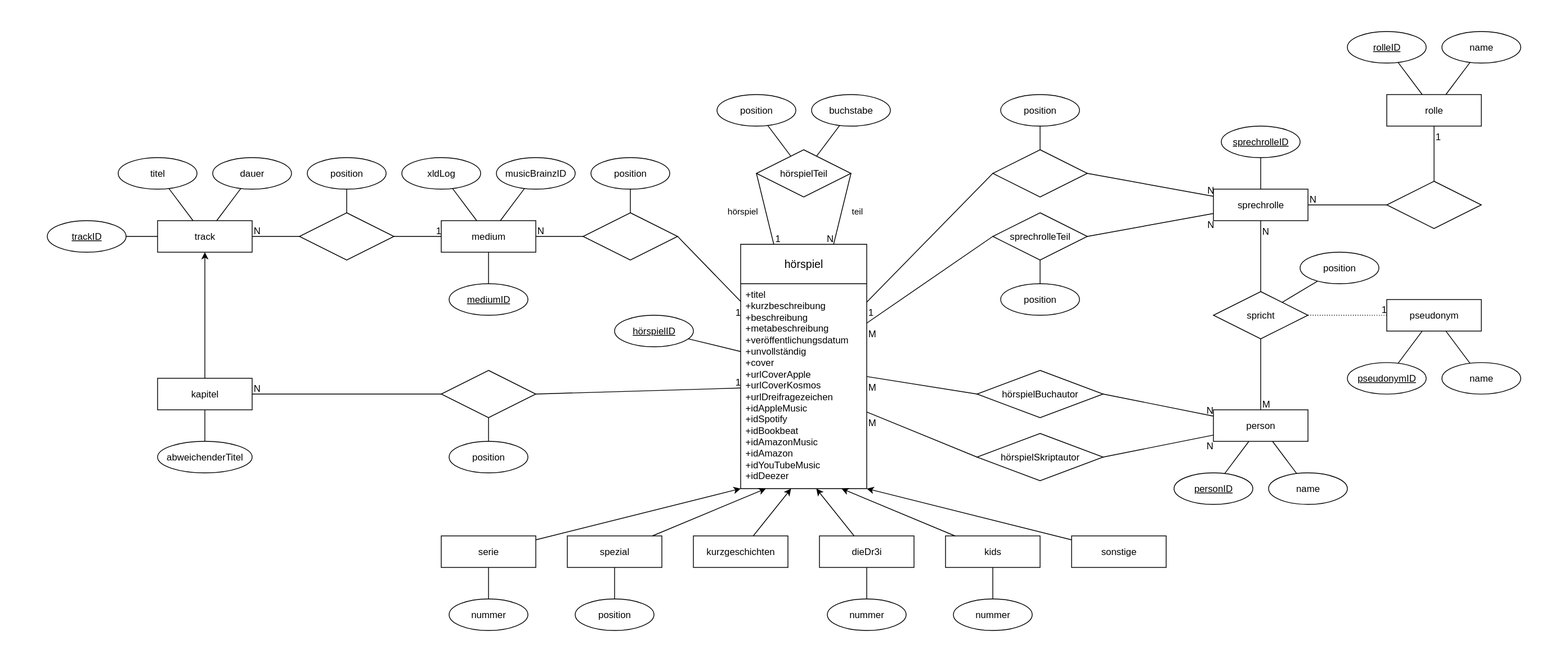
This is model/relationalModel.svg from YourMJK/dreimetadaten, a draw.io export, as it was before one commit. Source tidied: cells renumbered, new cells last; positions are measured from the earlier drawing's top-left corner, leaving out a move shared by most shapes.
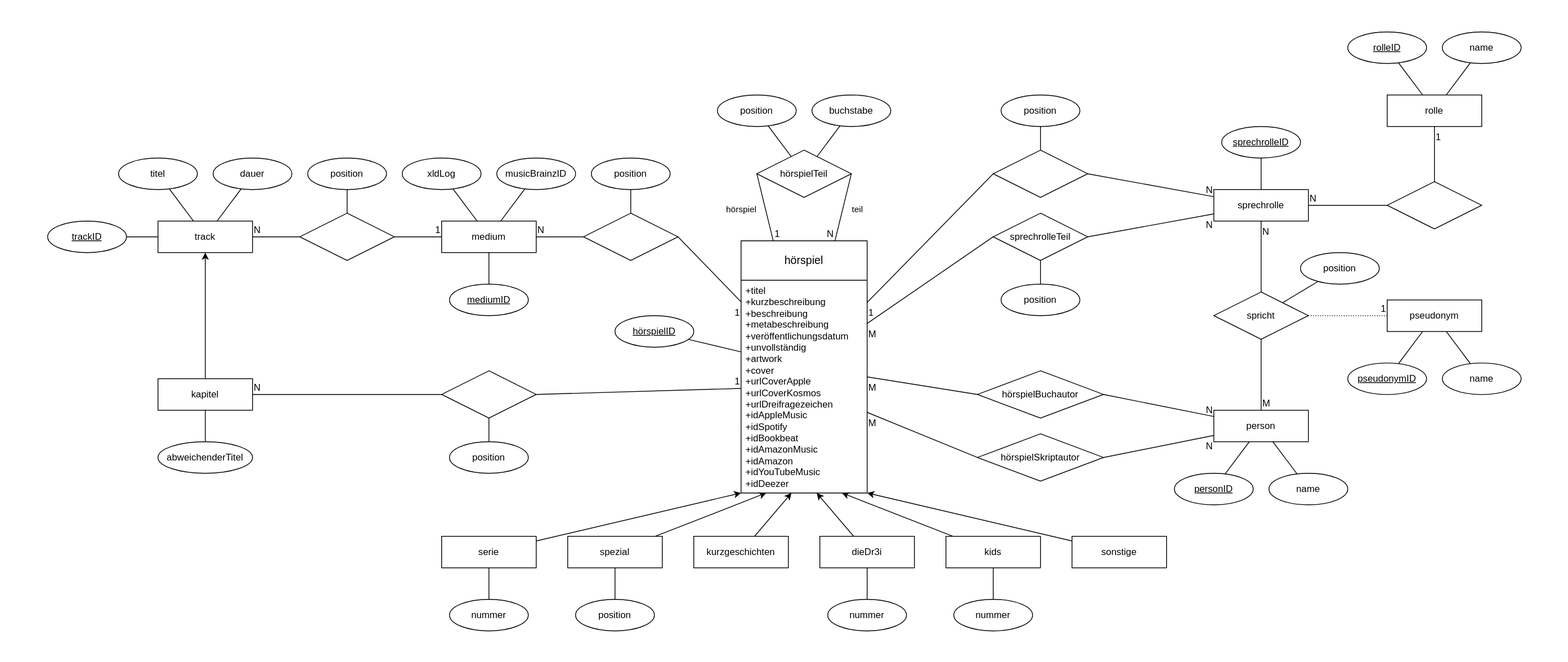
The same file after the commit.

Commit message:
code: Added artwork flag and links to models

Change to the diagram source:
```diff
@@ -6,10 +6,10 @@
       <mxGeometry x="720" y="360" width="100" height="40" as="geometry" />
     </mxCell>
     <mxCell id="3" value="hörspiel" style="swimlane;horizontal=1;startSize=50;rounded=1;fontSize=14;fontStyle=0;strokeWidth=1;shadow=0;dashed=0;align=center;arcSize=0;whiteSpace=wrap;html=1;points=[[0,0,0,0,0],[0,0.25,0,0,0],[0,0.5,0,0,0],[0,0.75,0,0,0],[0,1,0,0,0],[0.2,1,0,0,0],[0.25,0,0,0,0],[0.4,1,0,0,0],[0.5,0,0,0,0],[0.6,1,0,0,0],[0.75,0,0,0,0],[0.8,1,0,0,0],[1,0,0,0,0],[1,0.25,0,0,0],[1,0.5,0,0,0],[1,0.75,0,0,0],[1,1,0,0,0]];" parent="1" vertex="1">
-      <mxGeometry x="880" y="270" width="160" height="310" as="geometry" />
+      <mxGeometry x="880" y="265" width="160" height="320" as="geometry" />
     </mxCell>
-    <mxCell id="4" value="&lt;div&gt;+titel&lt;br&gt;&lt;/div&gt;&lt;div&gt;+kurzbeschreibung&lt;/div&gt;&lt;div&gt;+beschreibung&lt;/div&gt;&lt;div&gt;+metabeschreibung&lt;/div&gt;&lt;div&gt;+veröffentlichungsdatum&lt;/div&gt;&lt;div&gt;+unvollständig&lt;/div&gt;&lt;div&gt;+cover&lt;/div&gt;&lt;div&gt;+urlCoverApple&lt;/div&gt;&lt;div&gt;+urlCoverKosmos&lt;/div&gt;&lt;div&gt;+urlDreifragezeichen&lt;/div&gt;&lt;div&gt;+idAppleMusic&lt;/div&gt;&lt;div&gt;+idSpotify&lt;/div&gt;&lt;div&gt;+idBookbeat&lt;/div&gt;&lt;div&gt;+idAmazonMusic&lt;br&gt;&lt;/div&gt;&lt;div&gt;+idAmazon&lt;br&gt;&lt;/div&gt;&lt;div&gt;+idYouTubeMusic&lt;/div&gt;&lt;div&gt;&lt;div&gt;+idDeezer&lt;/div&gt;&lt;/div&gt;" style="align=left;strokeColor=none;fillColor=none;spacingLeft=4;fontSize=12;verticalAlign=top;html=1;points=[[0,0,0,0,0],[0,0.25,0,0,0],[0,0.5,0,0,0],[0,0.75,0,0,0],[0,1,0,0,0],[0.2,1,0,0,0],[0.25,0,0,0,0],[0.4,1,0,0,0],[0.5,0,0,0,0],[0.6,1,0,0,0],[0.75,0,0,0,0],[0.8,1,0,0,0],[1,0,0,0,0],[1,0.25,0,0,0],[1,0.5,0,0,0],[1,0.75,0,0,0],[1,1,0,0,0]];" parent="3" vertex="1">
-      <mxGeometry y="50" width="160" height="260" as="geometry" />
+    <mxCell id="4" value="&lt;div&gt;+titel&lt;br&gt;&lt;/div&gt;&lt;div&gt;+kurzbeschreibung&lt;/div&gt;&lt;div&gt;+beschreibung&lt;/div&gt;&lt;div&gt;+metabeschreibung&lt;/div&gt;&lt;div&gt;+veröffentlichungsdatum&lt;/div&gt;&lt;div&gt;+unvollständig&lt;/div&gt;&lt;div&gt;+artwork&lt;/div&gt;&lt;div&gt;+cover&lt;br&gt;&lt;/div&gt;&lt;div&gt;+urlCoverApple&lt;/div&gt;&lt;div&gt;+urlCoverKosmos&lt;/div&gt;&lt;div&gt;+urlDreifragezeichen&lt;/div&gt;&lt;div&gt;+idAppleMusic&lt;/div&gt;&lt;div&gt;+idSpotify&lt;/div&gt;&lt;div&gt;+idBookbeat&lt;/div&gt;&lt;div&gt;+idAmazonMusic&lt;br&gt;&lt;/div&gt;&lt;div&gt;+idAmazon&lt;br&gt;&lt;/div&gt;&lt;div&gt;+idYouTubeMusic&lt;/div&gt;&lt;div&gt;&lt;div&gt;+idDeezer&lt;/div&gt;&lt;/div&gt;" style="align=left;strokeColor=none;fillColor=none;spacingLeft=4;fontSize=12;verticalAlign=top;html=1;points=[[0,0,0,0,0],[0,0.25,0,0,0],[0,0.5,0,0,0],[0,0.75,0,0,0],[0,1,0,0,0],[0.2,1,0,0,0],[0.25,0,0,0,0],[0.4,1,0,0,0],[0.5,0,0,0,0],[0.6,1,0,0,0],[0.75,0,0,0,0],[0.8,1,0,0,0],[1,0,0,0,0],[1,0.25,0,0,0],[1,0.5,0,0,0],[1,0.75,0,0,0],[1,1,0,0,0]];" parent="3" vertex="1">
+      <mxGeometry y="50" width="160" height="270" as="geometry" />
     </mxCell>
     <mxCell id="5" style="edgeStyle=orthogonalEdgeStyle;rounded=0;orthogonalLoop=1;jettySize=auto;html=1;exitX=0.5;exitY=1;exitDx=0;exitDy=0;" parent="3" edge="1" source="4" target="4">
       <mxGeometry relative="1" as="geometry" />
```
